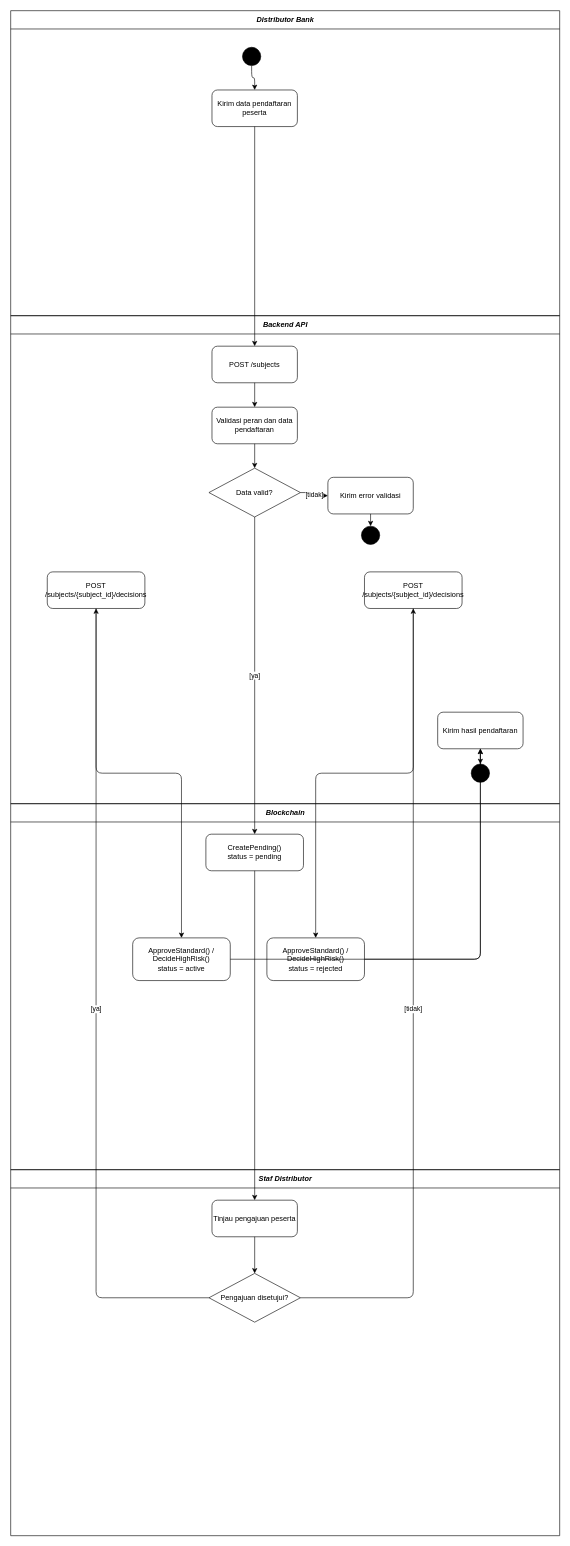
This is bi-coin-fabric/docs/diagrams/activity/AD01-Pendaftaran-Peserta.drawio from mfachrizalg/bi-coin, a draw.io file, before an edit. Source tidied: cells renumbered, new cells numbered last; positions are measured from the earlier drawing's top-left corner, leaving out a move shared by most shapes. Both pictures are drawn from the tidied source at 61%, with x=0, y=0 at pixel (10, 10).
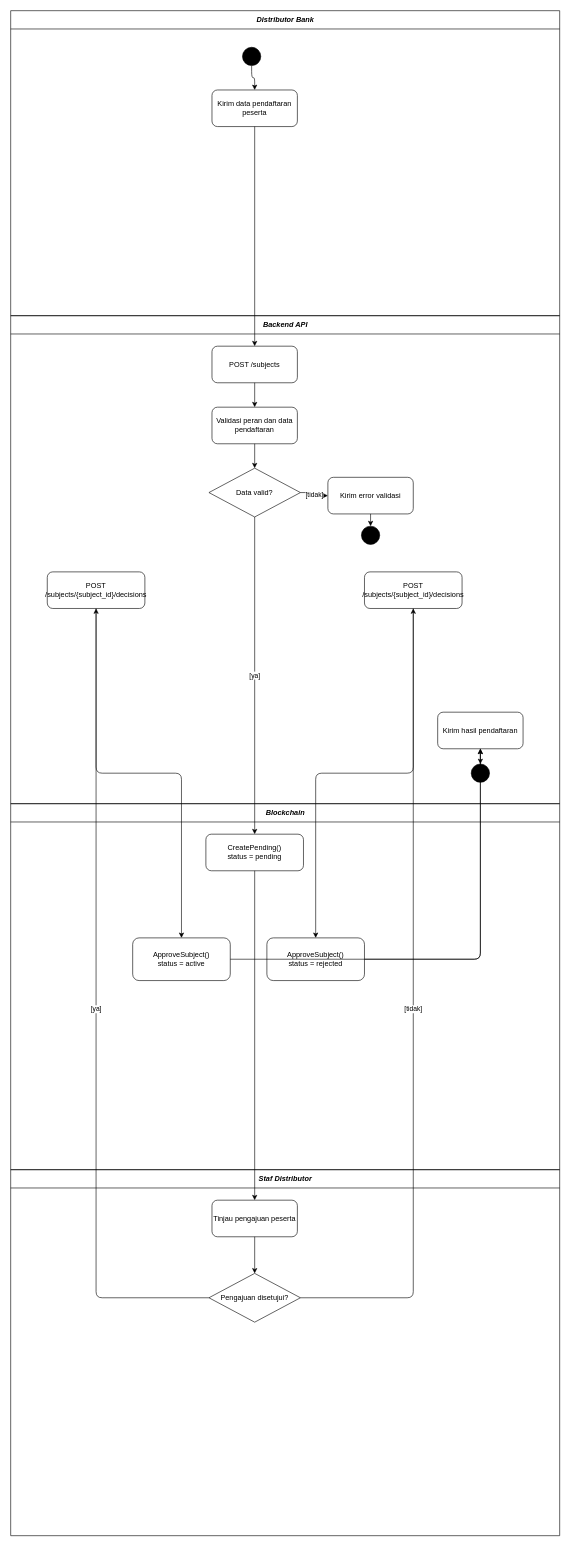
The same page after the edit.

Unchanged cells that the change refers to:
```xml
<mxCell id="4" value="&lt;i&gt;&lt;b&gt;Blockchain&lt;/b&gt;&lt;/i&gt;" style="swimlane;horizontal=1;startSize=30;fillColor=none;strokeColor=#000000;fontStyle=3;fontSize=12;html=1;" parent="1" vertex="1">
  <mxGeometry y="1300" width="900" height="600" as="geometry" />
</mxCell>
```

Change to the diagram source:
```diff
@@
-    <mxCell id="18" value="ApproveStandard() / DecideHighRisk()&lt;br&gt;status = active" style="rounded=1;fillColor=#ffffff;strokeColor=#000000;whiteSpace=wrap;html=1;" parent="4" vertex="1">
+    <mxCell id="18" value="ApproveSubject()&lt;br&gt;status = active" style="rounded=1;fillColor=#ffffff;strokeColor=#000000;whiteSpace=wrap;html=1;" parent="4" vertex="1">
       <mxGeometry x="200" y="220" width="160" height="70" as="geometry" />
     </mxCell>
-    <mxCell id="19" value="ApproveStandard() / DecideHighRisk()&lt;br&gt;status = rejected" style="rounded=1;fillColor=#ffffff;strokeColor=#000000;whiteSpace=wrap;html=1;" parent="4" vertex="1">
+    <mxCell id="19" value="ApproveSubject()&lt;br&gt;status = rejected" style="rounded=1;fillColor=#ffffff;strokeColor=#000000;whiteSpace=wrap;html=1;" parent="4" vertex="1">
       <mxGeometry x="420" y="220" width="160" height="70" as="geometry" />
     </mxCell>
```
